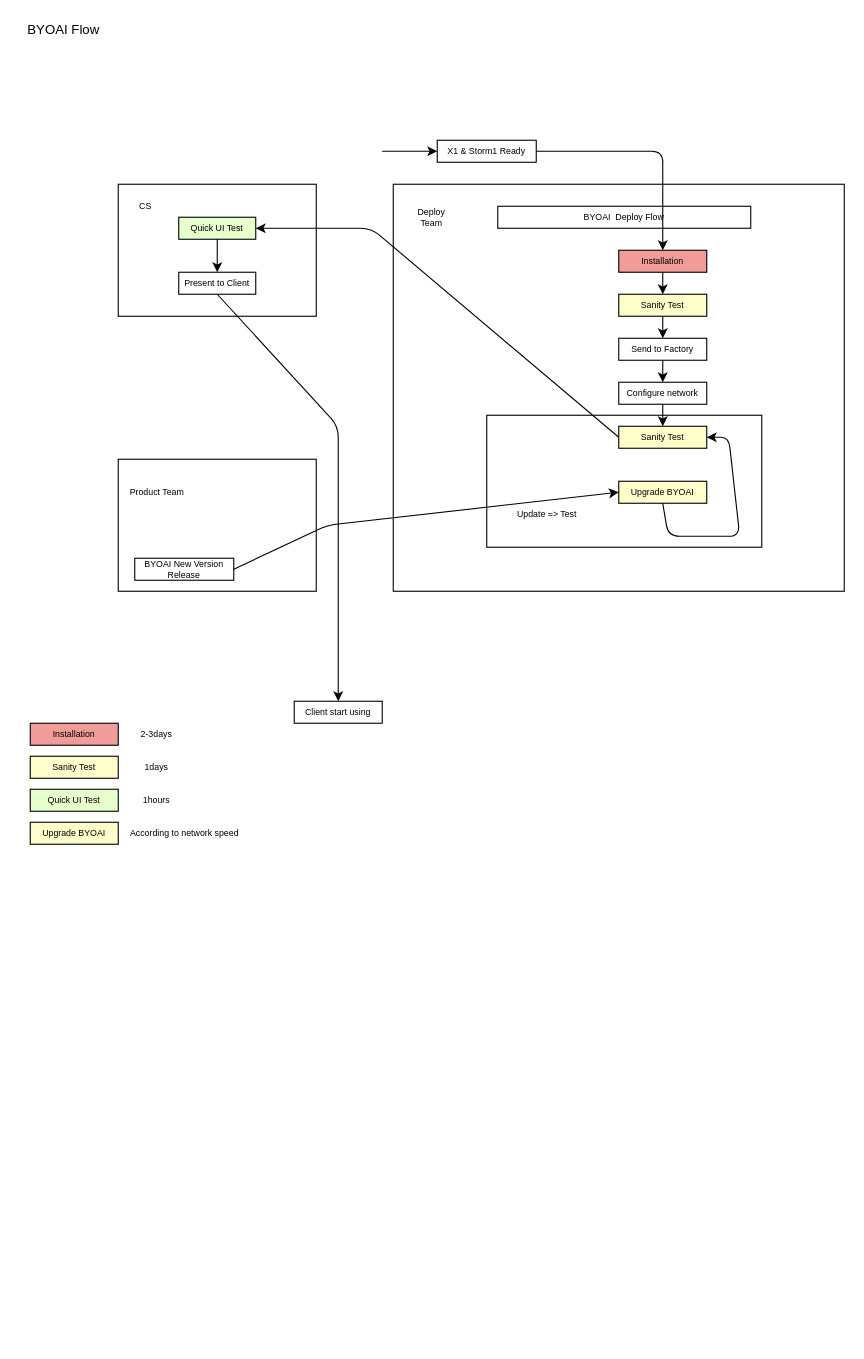
Before: BYOAI Work Flow2.drawio in QAlexBall/diagrams, a draw.io diagram. Source tidied: cells renumbered, new cells numbered last; positions are measured from the earlier drawing's top-left corner, leaving out a move shared by most shapes. Both pictures are drawn from the tidied source at 110%, with x=0, y=0 at pixel (19, 19).
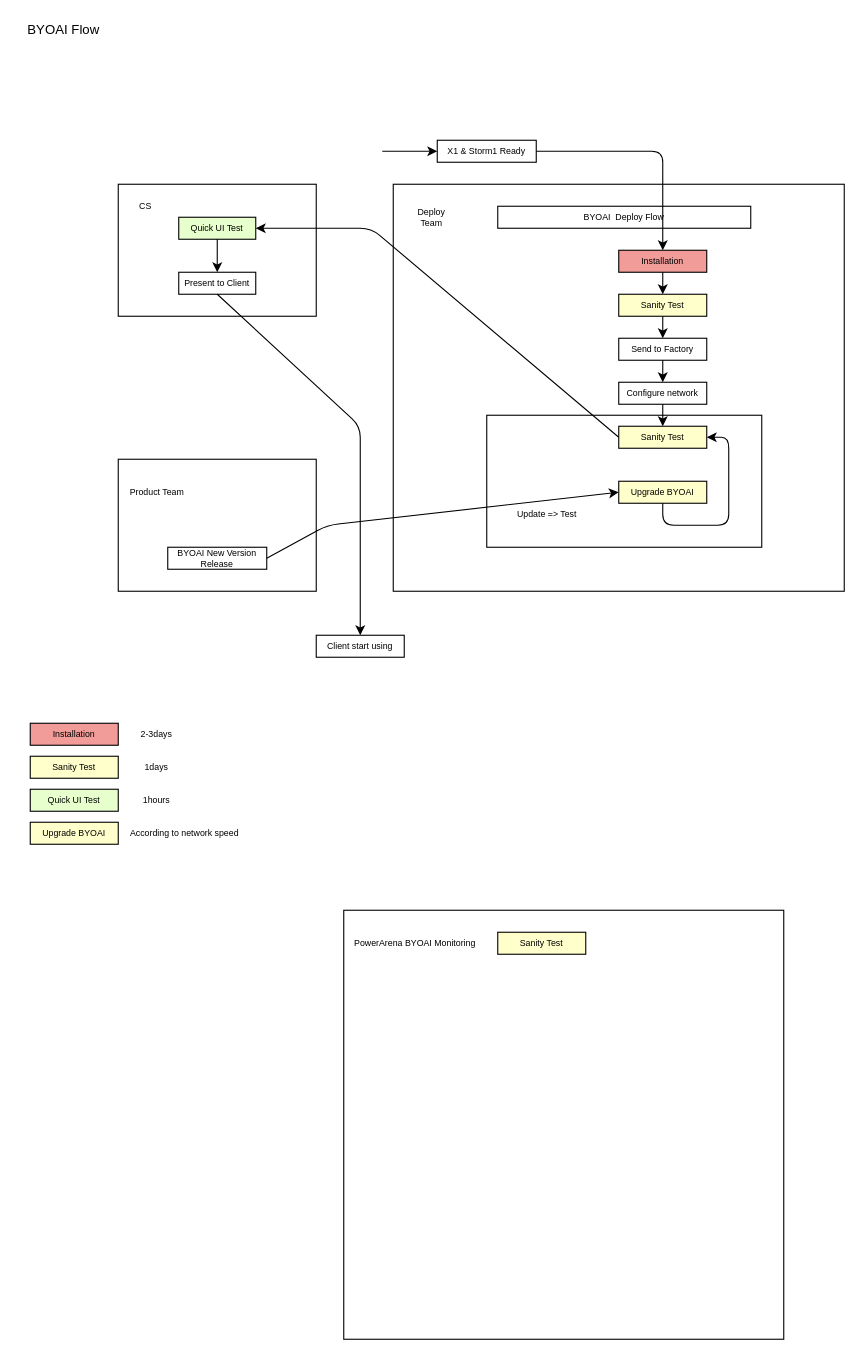
The same page after the edit.

The change refers to these unchanged cells:
```xml
<mxCell id="8" value="Present to Client" style="rounded=0;whiteSpace=wrap;html=1;fontSize=8;" parent="1" vertex="1">
  <mxGeometry x="145" y="230" width="70" height="20" as="geometry" />
</mxCell>
<mxCell id="22" value="Sanity Test" style="rounded=0;whiteSpace=wrap;html=1;fontSize=8;fillColor=#FFFFCC;" parent="1" vertex="1">
  <mxGeometry x="545" y="370" width="80" height="20" as="geometry" />
</mxCell>
<mxCell id="25" value="Upgrade BYOAI" style="rounded=0;whiteSpace=wrap;html=1;fontSize=8;fillColor=#FFFFCC;" parent="1" vertex="1">
  <mxGeometry x="545" y="420" width="80" height="20" as="geometry" />
</mxCell>
```

Diff of the diagram source:
```diff
@@
     <mxCell id="16" value="BYOAI New Version Release" style="rounded=0;whiteSpace=wrap;html=1;fontSize=8;" parent="1" vertex="1">
-      <mxGeometry x="105" y="490" width="90" height="20" as="geometry" />
+      <mxGeometry x="135" y="480" width="90" height="20" as="geometry" />
     </mxCell>
@@
     <mxCell id="26" value="Client start using" style="rounded=0;whiteSpace=wrap;html=1;fontSize=8;" parent="1" vertex="1">
-      <mxGeometry x="250" y="620" width="80" height="20" as="geometry" />
+      <mxGeometry x="270" y="560" width="80" height="20" as="geometry" />
     </mxCell>
@@
     <mxCell id="28" style="endArrow=classic;html=1;fontSize=8;exitX=0.5;exitY=1;exitDx=0;exitDy=0;entryX=1;entryY=0.5;entryDx=0;entryDy=0;" parent="1" edge="1" source="25" target="22">
       <mxGeometry relative="1" as="geometry">
         <Array as="points">
-          <mxPoint x="590" y="470" />
-          <mxPoint x="655" y="470" />
+          <mxPoint x="585" y="460" />
+          <mxPoint x="645" y="460" />
           <mxPoint x="645" y="380" />
         </Array>
       </mxGeometry>
     </mxCell>
@@
     <mxCell id="30" style="endArrow=classic;html=1;fontSize=8;exitX=0.5;exitY=1;exitDx=0;exitDy=0;entryX=0.5;entryY=0;entryDx=0;entryDy=0;" parent="1" edge="1" source="8" target="26">
       <mxGeometry relative="1" as="geometry">
         <Array as="points">
-          <mxPoint x="290" y="370" />
-          <mxPoint x="290" y="490" />
+          <mxPoint x="310" y="370" />
         </Array>
       </mxGeometry>
     </mxCell>
@@
+    <mxCell id="42" style="rounded=0;whiteSpace=wrap;html=1;fillColor=#FFFFFF;fontSize=8;" parent="1" vertex="1">
+      <mxGeometry x="295" y="810" width="400" height="390" as="geometry" />
+    </mxCell>
+    <mxCell id="43" value="PowerArena BYOAI Monitoring&lt;br&gt;" style="text;html=1;strokeColor=none;fillColor=none;align=center;verticalAlign=middle;whiteSpace=wrap;rounded=0;fontSize=8;" parent="1" vertex="1">
+      <mxGeometry x="295" y="830" width="130" height="20" as="geometry" />
+    </mxCell>
+    <mxCell id="44" value="Sanity Test" style="rounded=0;whiteSpace=wrap;html=1;fillColor=#FFFFCC;fontSize=8;" parent="1" vertex="1">
+      <mxGeometry x="435" y="830" width="80" height="20" as="geometry" />
+    </mxCell>
```
